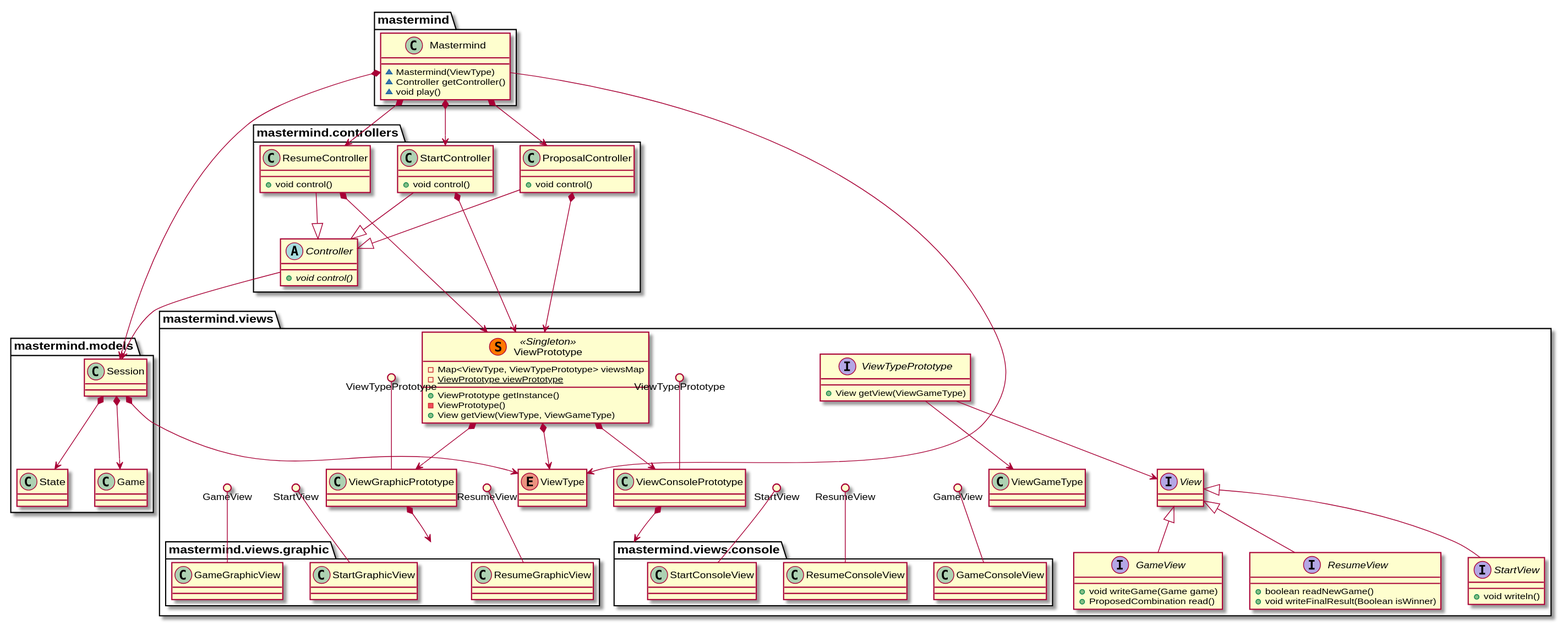
Earlier version of the PlantUML export plantuml.svg (nkoutsourais/4954-PatArqSoft-Practica4). Source of this version:
```plantuml
@startuml
package mastermind {
class Mastermind {
    ~Mastermind(ViewType)
    ~Controller getController()
    ~void play()
}
}

package mastermind.controllers {
abstract class Controller{
    +{abstract} void control()
}

StartController -down-|> Controller
ProposalController -down-|> Controller
ResumeController -down-|> Controller

class StartController {
    +void control()
}

class ProposalController {
    +void control()
}

class ResumeController {
    +void control()
}
}

Mastermind *-down-> StartController
Mastermind *-down-> ProposalController
Mastermind *-down-> ResumeController

package mastermind.views {
class ViewPrototype << (S,#FF7700) Singleton >> {
 - Map<ViewType, ViewTypePrototype> viewsMap
 - {static} ViewPrototype viewPrototype
 + ViewPrototype getInstance()
 - ViewPrototype()
 + View getView(ViewType, ViewGameType)
}

ViewPrototype *-down-> ViewType

interface ViewTypePrototype {
    + View getView(ViewGameType)
}

interface View
interface StartView {
    + void writeln()
}
interface GameView {
    + void writeGame(Game game)
    + ProposedCombination read()
}
interface ResumeView {
    + boolean readNewGame()
    + void writeFinalResult(Boolean isWinner)
}

View <|-down- StartView
View <|-down- GameView
View <|-down- ResumeView

ViewTypePrototype ()-- ViewConsolePrototype
ViewTypePrototype ()-- ViewGraphicPrototype

ViewTypePrototype --> ViewGameType
ViewTypePrototype --> View

ViewPrototype *--> ViewConsolePrototype
ViewPrototype *--> ViewGraphicPrototype

enum ViewType

package mastermind.views.console {
class StartConsoleView
class GameConsoleView
class ResumeConsoleView
}

package mastermind.views.graphic {
class StartGraphicView
class GameGraphicView
class ResumeGraphicView
}

StartView ()-- StartConsoleView
GameView ()-- GameConsoleView
ResumeView ()-- ResumeConsoleView

StartView ()-- StartGraphicView
GameView ()-- GameGraphicView
ResumeView ()-- ResumeGraphicView

mastermind.views.console <-down-* ViewConsolePrototype
mastermind.views.graphic <-down-* ViewGraphicPrototype

}

StartController *-down-> ViewPrototype
ProposalController *-down-> ViewPrototype
ResumeController *-down-> ViewPrototype

package mastermind.models {
class Session
class State
class Game

Session *-down-> State
Session *-down-> Game
}


Session *-down-> ViewType

Controller --> Session
Mastermind *-down-> Session
Mastermind --> ViewType
@enduml
```
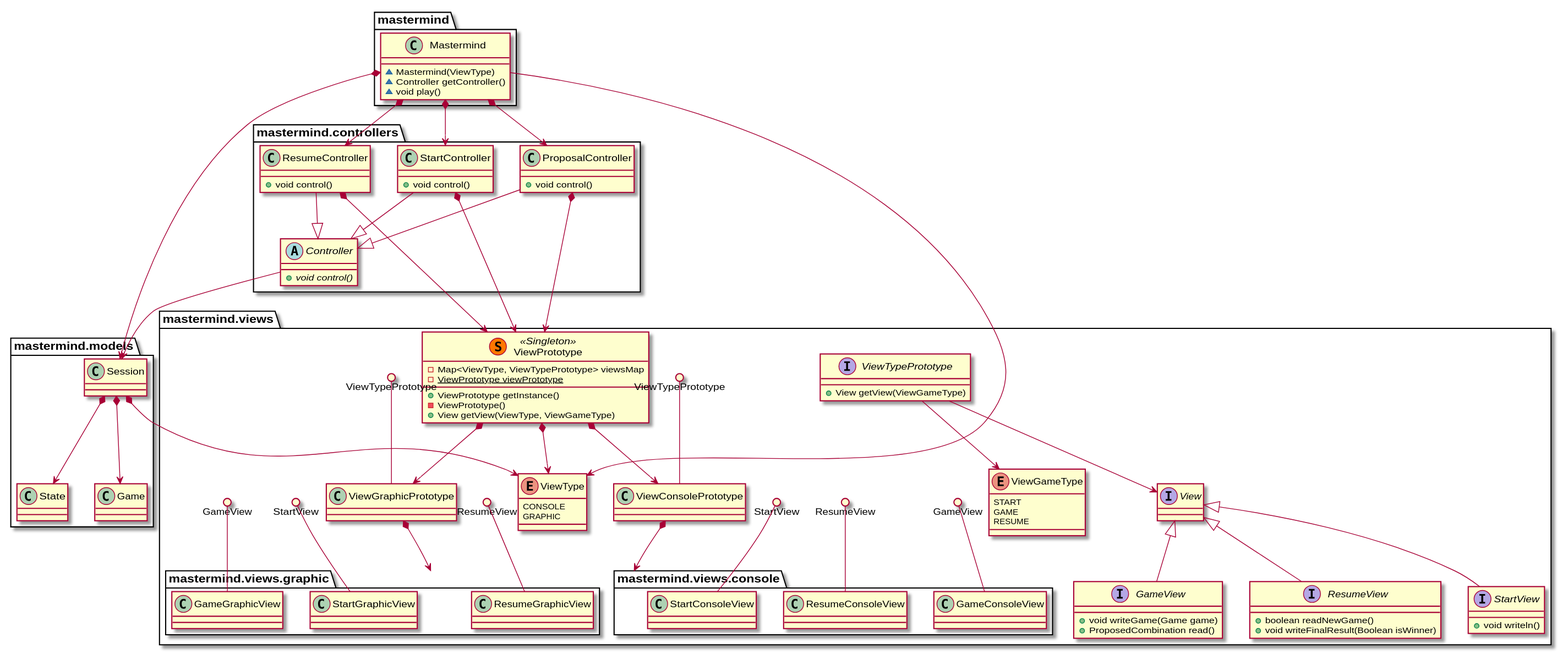
Above is the later version.

Commit message:
Enum en el diagrama

What changed in the source:
```diff
@@ -74,7 +74,16 @@
 ViewPrototype *--> ViewConsolePrototype
 ViewPrototype *--> ViewGraphicPrototype
 
-enum ViewType
+enum ViewType {
+  CONSOLE
+  GRAPHIC
+}
+
+enum ViewGameType {
+  START
+  GAME
+  RESUME
+}
 
 package mastermind.views.console {
 class StartConsoleView
```
